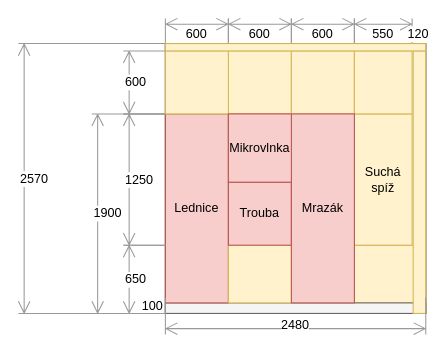
Before: docs/src/static/drawings/kitchen.wall-appliances.drawio in surquest/flat-renovation, a draw.io diagram. Source tidied: cells renumbered, new cells numbered last; positions are measured from the earlier drawing's top-left corner, leaving out a move shared by most shapes. Both pictures are drawn from the tidied source at 105%, with x=0, y=0 at pixel (18, 18).
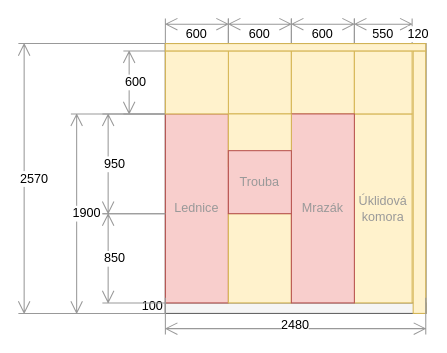
After the change.

Change to the diagram source:
```diff
@@
-    <mxCell id="3" style="rounded=0;whiteSpace=wrap;html=1;fillColor=#fff2cc;strokeColor=#d6b656;" parent="1" vertex="1">
-      <mxGeometry x="320" y="216" width="60" height="55" as="geometry" />
-    </mxCell>
@@
-    <mxCell id="5" value="Lednice" style="rounded=0;whiteSpace=wrap;html=1;fillColor=#f8cecc;strokeColor=#b85450;" parent="1" vertex="1">
+    <mxCell id="5" value="Lednice" style="rounded=0;whiteSpace=wrap;html=1;fillColor=#f8cecc;strokeColor=#b85450;fontColor=#999999;" parent="1" vertex="1">
       <mxGeometry x="140" y="91" width="60" height="180" as="geometry" />
     </mxCell>
@@
-    <mxCell id="7" value="1250" style="shape=dimension;direction=south;whiteSpace=wrap;html=1;align=left;verticalAlign=middle;labelBackgroundColor=#ffffff;strokeColor=#999999;" parent="1" vertex="1">
-      <mxGeometry x="100" y="91" width="40" height="125" as="geometry" />
+    <mxCell id="7" value="950" style="shape=dimension;direction=south;whiteSpace=wrap;html=1;align=left;verticalAlign=middle;labelBackgroundColor=#ffffff;strokeColor=#999999;" parent="1" vertex="1">
+      <mxGeometry x="80" y="91" width="60" height="95" as="geometry" />
     </mxCell>
@@
     <mxCell id="9" value="1900" style="shape=dimension;direction=south;whiteSpace=wrap;html=1;align=left;verticalAlign=middle;labelBackgroundColor=#ffffff;strokeColor=#999999;" parent="1" vertex="1">
-      <mxGeometry x="70" y="91" width="70" height="190" as="geometry" />
+      <mxGeometry x="50" y="91" width="90" height="190" as="geometry" />
     </mxCell>
@@
     <mxCell id="11" style="rounded=0;whiteSpace=wrap;html=1;fillColor=#fff2cc;strokeColor=#d6b656;" parent="1" vertex="1">
-      <mxGeometry x="200" y="216" width="60" height="55" as="geometry" />
+      <mxGeometry x="200" y="186" width="60" height="85" as="geometry" />
     </mxCell>
@@
-    <mxCell id="13" value="Suchá spíž" style="rounded=0;whiteSpace=wrap;html=1;fillColor=#fff2cc;strokeColor=#d6b656;" parent="1" vertex="1">
-      <mxGeometry x="320" y="91" width="55" height="125" as="geometry" />
+    <mxCell id="13" value="Úklidová&lt;br&gt;komora" style="rounded=0;whiteSpace=wrap;html=1;fillColor=#fff2cc;strokeColor=#d6b656;fontColor=#999999;" parent="1" vertex="1">
+      <mxGeometry x="320" y="91" width="55" height="180" as="geometry" />
     </mxCell>
@@
-    <mxCell id="21" value="Trouba" style="rounded=0;whiteSpace=wrap;html=1;fillColor=#f8cecc;strokeColor=#b85450;" parent="1" vertex="1">
-      <mxGeometry x="200" y="156" width="60" height="60" as="geometry" />
-    </mxCell>
-    <mxCell id="22" value="Mrazák" style="rounded=0;whiteSpace=wrap;html=1;fillColor=#f8cecc;strokeColor=#b85450;" parent="1" vertex="1">
+    <mxCell id="22" value="Mrazák" style="rounded=0;whiteSpace=wrap;html=1;fillColor=#f8cecc;strokeColor=#b85450;fontColor=#999999;" parent="1" vertex="1">
       <mxGeometry x="260" y="91" width="60" height="180" as="geometry" />
     </mxCell>
@@
+    <mxCell id="27" value="850" style="shape=dimension;direction=south;whiteSpace=wrap;html=1;align=left;verticalAlign=middle;labelBackgroundColor=#ffffff;strokeColor=#999999;" parent="1" vertex="1">
+      <mxGeometry x="80" y="186" width="60" height="85" as="geometry" />
+    </mxCell>
+    <mxCell id="29" style="rounded=0;whiteSpace=wrap;html=1;fillColor=#fff2cc;strokeColor=#d6b656;" parent="1" vertex="1">
+      <mxGeometry x="140" y="24" width="248" height="7" as="geometry" />
+    </mxCell>
     <mxCell id="26" style="rounded=0;whiteSpace=wrap;html=1;fillColor=#fff2cc;strokeColor=#d6b656;" parent="1" vertex="1">
-      <mxGeometry x="200" y="91" width="60" height="60" as="geometry" />
+      <mxGeometry x="200" y="91" width="60" height="50" as="geometry" />
     </mxCell>
-    <mxCell id="27" value="650" style="shape=dimension;direction=south;whiteSpace=wrap;html=1;align=left;verticalAlign=middle;labelBackgroundColor=#ffffff;strokeColor=#999999;" parent="1" vertex="1">
-      <mxGeometry x="100" y="216" width="40" height="65" as="geometry" />
-    </mxCell>
-    <mxCell id="28" value="Mikrovlnka" style="rounded=0;whiteSpace=wrap;html=1;fillColor=#f8cecc;strokeColor=#b85450;" parent="1" vertex="1">
-      <mxGeometry x="200" y="91" width="60" height="65" as="geometry" />
-    </mxCell>
-    <mxCell id="29" style="rounded=0;whiteSpace=wrap;html=1;fillColor=#fff2cc;strokeColor=#d6b656;" parent="1" vertex="1">
-      <mxGeometry x="140" y="24" width="248" height="7" as="geometry" />
-    </mxCell>
+    <mxCell id="21" value="Trouba" style="rounded=0;whiteSpace=wrap;html=1;fillColor=#f8cecc;strokeColor=#b85450;fontColor=#999999;" parent="1" vertex="1">
+      <mxGeometry x="200" y="126" width="60" height="60" as="geometry" />
+    </mxCell>
```
